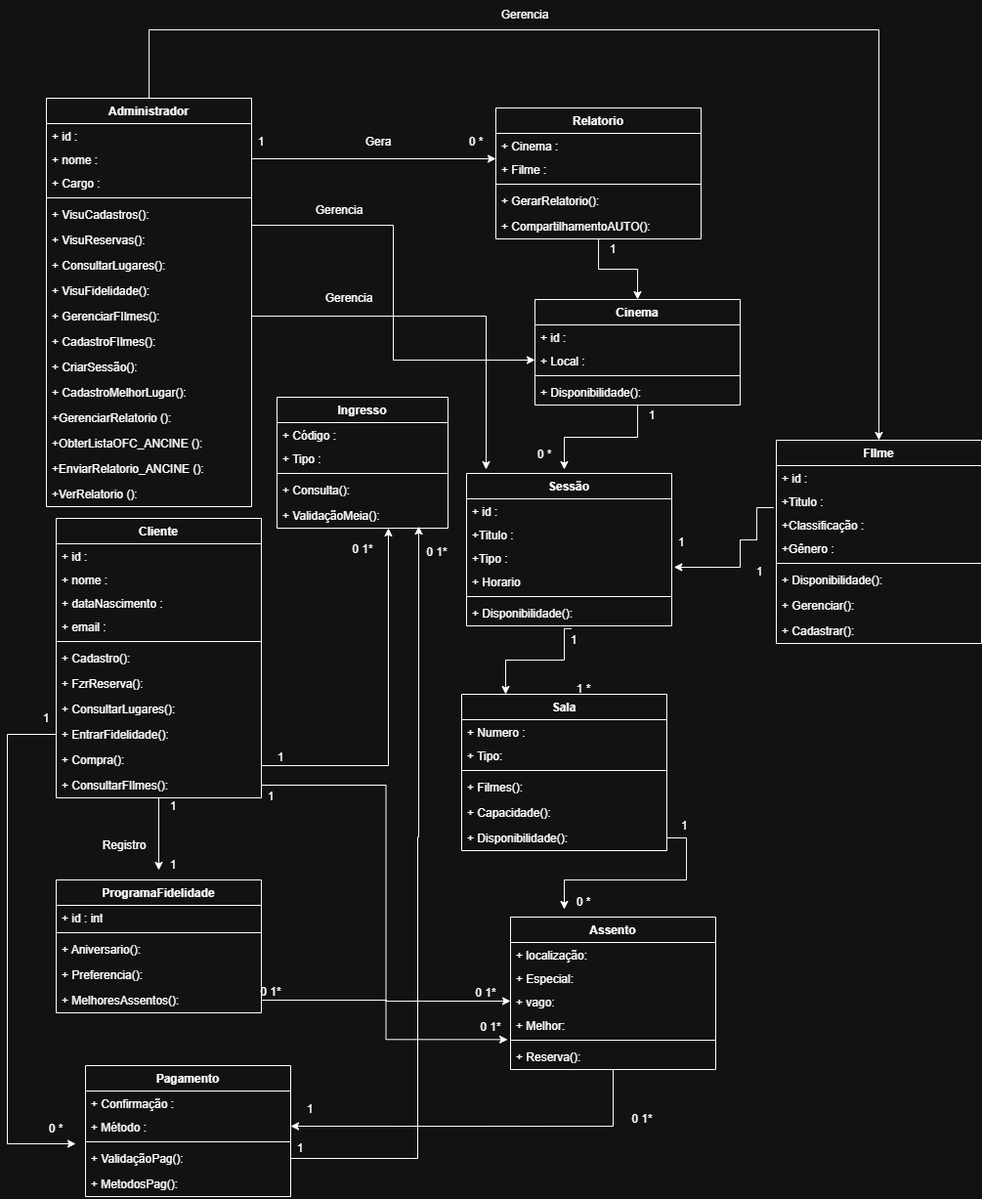
Above: Diagramadeclasses.drawio.png in rotkis/Cinema_FEI (draw.io), before the change. Source tidied: cells renumbered, new cells last; positions are measured from the earlier drawing's top-left corner, leaving out a move shared by most shapes.
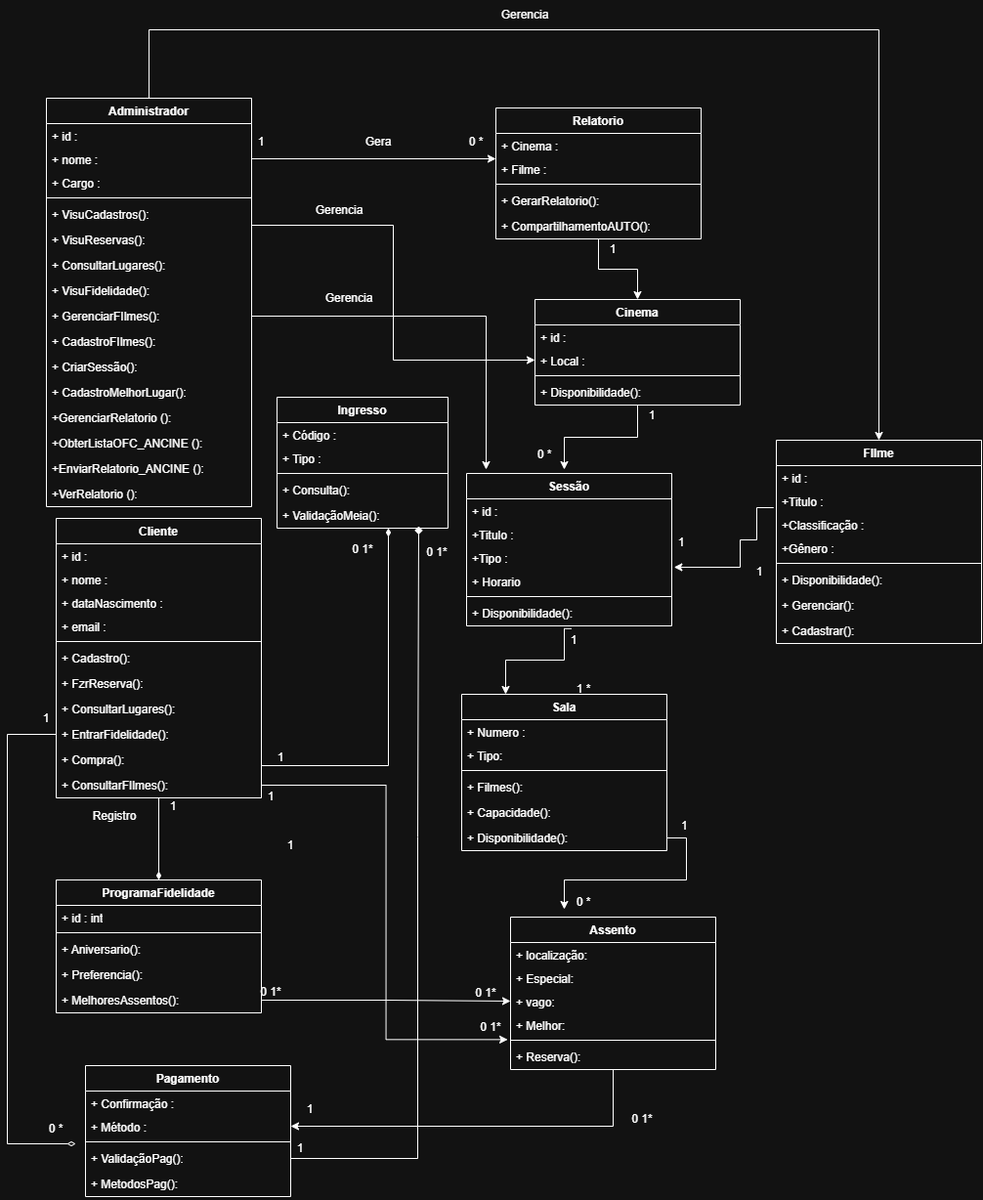
After the change.

Change to the diagram source:
```diff
@@ -2,16 +2,14 @@
   <root>
     <mxCell id="0" />
     <mxCell id="1" parent="0" />
-    <mxCell id="2" style="edgeStyle=orthogonalEdgeStyle;rounded=0;orthogonalLoop=1;jettySize=auto;html=1;" parent="1" edge="1">
+    <mxCell id="2" style="edgeStyle=orthogonalEdgeStyle;rounded=0;orthogonalLoop=1;jettySize=auto;html=1;endArrow=diamondThin;endFill=1;" parent="1" edge="1">
       <mxGeometry relative="1" as="geometry">
         <mxPoint x="260" y="783" as="sourcePoint" />
         <mxPoint x="390" y="540" as="targetPoint" />
       </mxGeometry>
     </mxCell>
-    <mxCell id="3" style="edgeStyle=orthogonalEdgeStyle;rounded=0;jettySize=auto;html=1;" parent="1" edge="1" source="4">
-      <mxGeometry relative="1" as="geometry">
-        <mxPoint x="155" y="890" as="targetPoint" />
-      </mxGeometry>
+    <mxCell id="3" style="rounded=0;jettySize=auto;html=1;entryX=0.5;entryY=0;entryDx=0;entryDy=0;endArrow=diamondThin;endFill=1;" parent="1" edge="1" source="4" target="64">
+      <mxGeometry relative="1" as="geometry" />
     </mxCell>
     <mxCell id="4" value="Cliente" style="swimlane;fontStyle=1;align=center;verticalAlign=top;horizontal=1;startSize=26;whiteSpace=wrap;html=1;" parent="1" vertex="1">
       <mxGeometry x="50" y="530" width="210" height="286" as="geometry" />
@@ -37,7 +35,7 @@
     <mxCell id="11" value="+ FzrReserva():" style="text;strokeColor=none;fillColor=none;align=left;verticalAlign=top;spacingLeft=4;spacingRight=4;overflow=hidden;whiteSpace=wrap;html=1;" parent="4" vertex="1">
       <mxGeometry y="156" width="210" height="26" as="geometry" />
     </mxCell>
-    <mxCell id="12" style="edgeStyle=orthogonalEdgeStyle;rounded=0;jettySize=auto;html=1;" parent="4" edge="1" source="13">
+    <mxCell id="12" style="edgeStyle=orthogonalEdgeStyle;rounded=0;jettySize=auto;html=1;endArrow=diamondThin;endFill=0;" parent="4" edge="1" source="13">
       <mxGeometry relative="1" as="geometry">
         <mxPoint x="20" y="640" as="targetPoint" />
         <Array as="points">
@@ -299,10 +297,10 @@
       <mxGeometry x="140" y="810" width="60" height="30" as="geometry" />
     </mxCell>
     <mxCell id="93" value="1" style="text;html=1;whiteSpace=wrap;strokeColor=none;fillColor=none;align=center;verticalAlign=middle;rounded=0;" parent="1" vertex="1">
-      <mxGeometry x="140" y="870" width="60" height="30" as="geometry" />
+      <mxGeometry x="260" y="850" width="60" height="30" as="geometry" />
     </mxCell>
     <mxCell id="94" value="Registro" style="text;html=1;whiteSpace=wrap;strokeColor=none;fillColor=none;align=center;verticalAlign=middle;rounded=0;" parent="1" vertex="1">
-      <mxGeometry x="90" y="850" width="60" height="30" as="geometry" />
+      <mxGeometry x="80" y="820" width="60" height="30" as="geometry" />
     </mxCell>
     <mxCell id="95" style="edgeStyle=orthogonalEdgeStyle;rounded=0;jettySize=auto;html=1;entryX=-0.014;entryY=-0.179;entryDx=0;entryDy=0;entryPerimeter=0;" parent="1" edge="1" source="16" target="57">
       <mxGeometry relative="1" as="geometry" />
@@ -444,7 +442,7 @@
     <mxCell id="134" value="1" style="text;html=1;whiteSpace=wrap;strokeColor=none;fillColor=none;align=center;verticalAlign=middle;rounded=0;" parent="1" vertex="1">
       <mxGeometry x="270" y="1160" width="60" height="30" as="geometry" />
     </mxCell>
-    <mxCell id="135" style="edgeStyle=orthogonalEdgeStyle;rounded=0;jettySize=auto;html=1;entryX=0.826;entryY=0.925;entryDx=0;entryDy=0;entryPerimeter=0;" parent="1" edge="1" source="74" target="63">
+    <mxCell id="135" style="edgeStyle=orthogonalEdgeStyle;rounded=0;jettySize=auto;html=1;entryX=0.826;entryY=0.925;entryDx=0;entryDy=0;entryPerimeter=0;endArrow=diamond;endFill=1;" parent="1" edge="1" source="74" target="63">
       <mxGeometry relative="1" as="geometry">
         <Array as="points">
           <mxPoint x="420" y="1185" />
```
